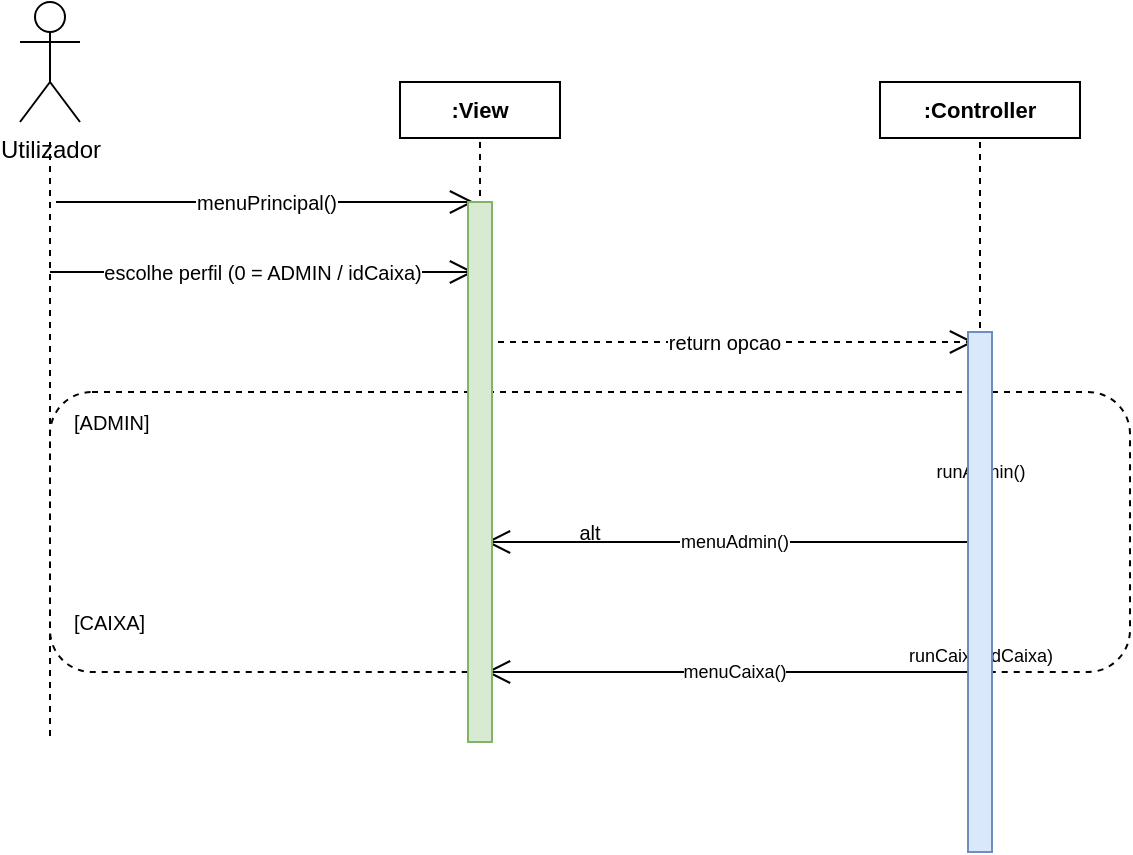
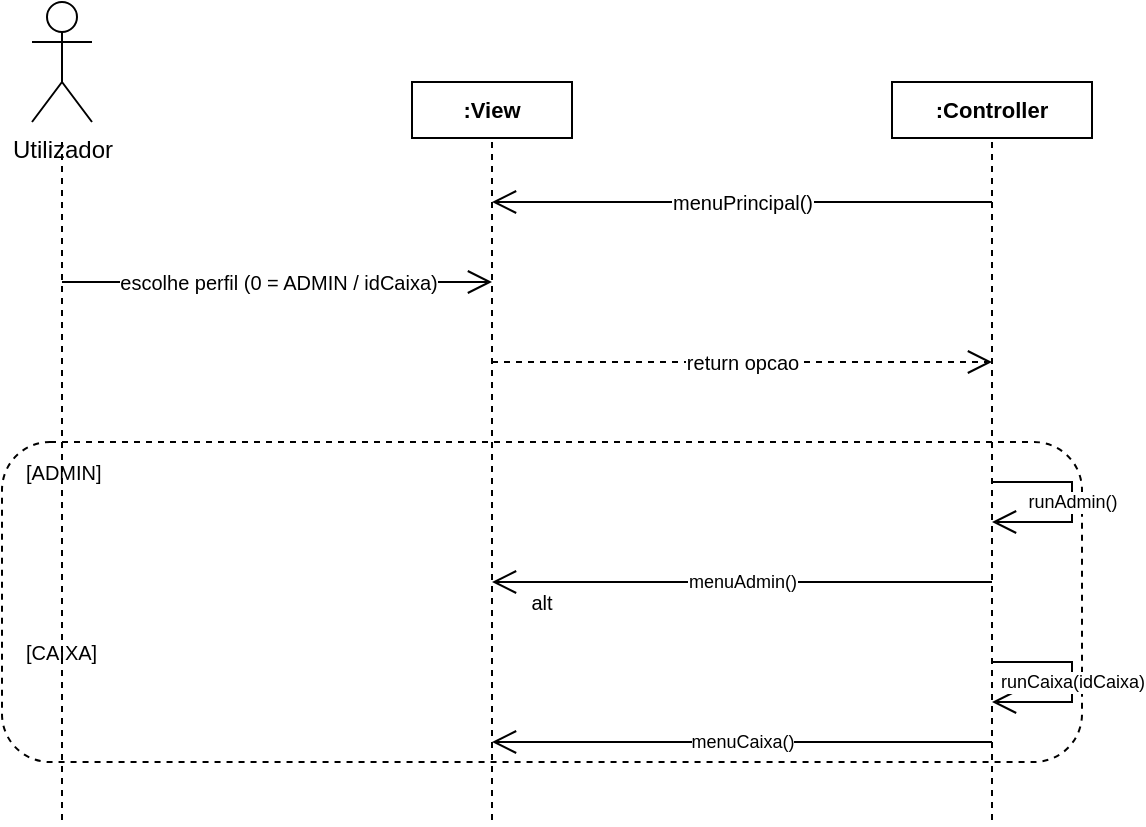
<mxfile host="app.diagrams.net">
  <diagram name="UC14-SelecionarPerfil" id="uc14_seq">
    <mxGraphModel dx="1000" dy="600" grid="1" gridSize="10" guides="1" tooltips="1" connect="1" arrows="1" fold="1" page="1" pageScale="1" pageWidth="750" pageHeight="450" math="0" shadow="0">
      <root>
        <mxCell id="0" />
        <mxCell id="1" parent="0" />

        <mxCell id="actor" parent="1" style="shape=umlActor;verticalLabelPosition=bottom;verticalAlign=top;html=1;outlineConnect=0;" value="Utilizador" vertex="1">
          <mxGeometry height="60" width="30" x="30" y="20" as="geometry" />
        </mxCell>
        <mxCell id="life_actor" parent="1" style="endArrow=none;html=1;dashed=1;strokeWidth=1;" edge="1">
-           <mxGeometry height="300" width="2" relative="1" as="geometry">
+           <mxGeometry height="340" width="2" relative="1" as="geometry">
            <mxPoint x="45" y="90" as="sourcePoint" />
-             <mxPoint x="45" y="390" as="targetPoint" />
+             <mxPoint x="45" y="430" as="targetPoint" />
          </mxGeometry>
        </mxCell>

        <mxCell id="v_header" parent="1" style="rounded=0;whiteSpace=wrap;html=1;fontStyle=1;fontSize=11;" value=":View" vertex="1">
          <mxGeometry height="28" width="80" x="220" y="60" as="geometry" />
        </mxCell>
        <mxCell id="life_v" parent="1" style="endArrow=none;html=1;dashed=1;strokeWidth=1;" edge="1">
-           <mxGeometry height="300" width="2" relative="1" as="geometry">
+           <mxGeometry height="340" width="2" relative="1" as="geometry">
            <mxPoint x="260" y="90" as="sourcePoint" />
-             <mxPoint x="260" y="390" as="targetPoint" />
+             <mxPoint x="260" y="430" as="targetPoint" />
          </mxGeometry>
        </mxCell>

        <mxCell id="ctrl_header" parent="1" style="rounded=0;whiteSpace=wrap;html=1;fontStyle=1;fontSize=11;" value=":Controller" vertex="1">
          <mxGeometry height="28" width="100" x="460" y="60" as="geometry" />
        </mxCell>
        <mxCell id="life_ctrl" parent="1" style="endArrow=none;html=1;dashed=1;strokeWidth=1;" edge="1">
-           <mxGeometry height="300" width="2" relative="1" as="geometry">
+           <mxGeometry height="340" width="2" relative="1" as="geometry">
            <mxPoint x="510" y="90" as="sourcePoint" />
-             <mxPoint x="510" y="390" as="targetPoint" />
+             <mxPoint x="510" y="430" as="targetPoint" />
          </mxGeometry>
        </mxCell>

-         <mxCell id="msg1" parent="1" style="endArrow=open;html=1;fontSize=10;endSize=10;" value="menuPrincipal()" edge="1">
+         <!-- Controller -> View -->
+         <mxCell id="msg_cv1" parent="1" style="endArrow=open;html=1;fontSize=10;endSize=10;" value="menuPrincipal()" edge="1">
          <mxGeometry height="2" relative="1" as="geometry">
-             <mxPoint x="48" y="120" as="sourcePoint" />
-             <mxPoint x="257" y="120" as="targetPoint" />
+             <mxPoint x="510" y="120" as="sourcePoint" />
+             <mxPoint x="260" y="120" as="targetPoint" />
          </mxGeometry>
        </mxCell>

-         <mxCell id="msg2" parent="1" style="endArrow=open;html=1;fontSize=10;endSize=10;" value="escolhe perfil (0 = ADMIN / idCaixa)" edge="1">
+         <!-- Actor -> View -->
+         <mxCell id="msg_actor1" parent="1" style="endArrow=open;html=1;fontSize=10;endSize=10;" value="escolhe perfil (0 = ADMIN / idCaixa)" edge="1">
          <mxGeometry height="2" relative="1" as="geometry">
-             <mxPoint x="45" y="155" as="sourcePoint" />
-             <mxPoint x="257" y="155" as="targetPoint" />
+             <mxPoint x="45" y="160" as="sourcePoint" />
+             <mxPoint x="260" y="160" as="targetPoint" />
          </mxGeometry>
        </mxCell>

-         <mxCell id="msg3" parent="1" style="endArrow=open;html=1;fontSize=10;dashed=1;endSize=10;" value="return opcao" edge="1">
+         <!-- View -> Controller -->
+         <mxCell id="msg_vc1" parent="1" style="endArrow=open;html=1;fontSize=10;dashed=1;endSize=10;" value="return opcao" edge="1">
          <mxGeometry height="2" relative="1" as="geometry">
-             <mxPoint x="257" y="190" as="sourcePoint" />
-             <mxPoint x="507" y="190" as="targetPoint" />
+             <mxPoint x="260" y="200" as="sourcePoint" />
+             <mxPoint x="510" y="200" as="targetPoint" />
          </mxGeometry>
        </mxCell>

        <mxCell id="alt_box" parent="1" style="rounded=1;whiteSpace=wrap;html=1;fillColor=none;dashed=1;strokeWidth=1;fontSize=10;" value="alt" vertex="1">
-           <mxGeometry height="140" width="540" x="45" y="215" as="geometry" />
+           <mxGeometry height="160" width="540" x="15" y="240" as="geometry" />
        </mxCell>

        <mxCell id="alt1_label" parent="1" style="text;html=1;fontSize=10;align=left;" value="[ADMIN]" vertex="1">
-           <mxGeometry height="18" width="50" x="55" y="218" as="geometry" />
+           <mxGeometry height="18" width="50" x="25" y="243" as="geometry" />
        </mxCell>
-         <mxCell id="msg4a" parent="1" style="endArrow=open;html=1;fontSize=9;endSize=10;" value="runAdmin()" edge="1">
-           <mxGeometry height="2" relative="1" as="geometry">
-             <mxPoint x="510" y="245" as="sourcePoint" />
-             <mxPoint x="510" y="265" as="targetPoint" />
+ 
+         <!-- Controller -> self -->
+         <mxCell id="self4a" parent="1" style="endArrow=open;html=1;fontSize=9;endSize=10;edgeStyle=orthogonalEdgeStyle;rounded=0;" value="runAdmin()" edge="1">
+           <mxGeometry height="20" width="20" relative="1" as="geometry">
+             <mxPoint x="510" y="260" as="sourcePoint" />
+             <mxPoint x="510" y="280" as="targetPoint" />
+             <Array as="points">
+               <mxPoint x="550" y="260" />
+               <mxPoint x="550" y="280" />
+             </Array>
          </mxGeometry>
        </mxCell>
-         <mxCell id="self4a" parent="1" style="html=1;shape=mxgraph.arrows2.arrow;dy=0.6;dx=30;notch=0;fontSize=10;" value="" edge="1">
-           <mxGeometry height="20" width="20" relative="1" as="geometry">
-             <mxPoint x="510" y="265" as="sourcePoint" />
-             <mxPoint x="540" y="265" as="targetPoint" />
-           </mxGeometry>
-         </mxCell>
+ 
+         <!-- Controller -> View -->
        <mxCell id="msg5a" parent="1" style="endArrow=open;html=1;fontSize=9;endSize=10;" value="menuAdmin()" edge="1">
          <mxGeometry height="2" relative="1" as="geometry">
-             <mxPoint x="510" y="290" as="sourcePoint" />
-             <mxPoint x="263" y="290" as="targetPoint" />
+             <mxPoint x="510" y="310" as="sourcePoint" />
+             <mxPoint x="260" y="310" as="targetPoint" />
          </mxGeometry>
        </mxCell>

        <mxCell id="alt2_label" parent="1" style="text;html=1;fontSize=10;align=left;" value="[CAIXA]" vertex="1">
-           <mxGeometry height="18" width="50" x="55" y="318" as="geometry" />
+           <mxGeometry height="18" width="50" x="25" y="333" as="geometry" />
        </mxCell>
-         <mxCell id="msg4b" parent="1" style="endArrow=open;html=1;fontSize=9;endSize=10;" value="runCaixa(idCaixa)" edge="1">
-           <mxGeometry height="2" relative="1" as="geometry">
-             <mxPoint x="510" y="338" as="sourcePoint" />
-             <mxPoint x="510" y="355" as="targetPoint" />
-           </mxGeometry>
-         </mxCell>
-         <mxCell id="self4b" parent="1" style="html=1;shape=mxgraph.arrows2.arrow;dy=0.6;dx=30;notch=0;fontSize=10;" value="" edge="1">
+ 
+         <mxCell id="self4b" parent="1" style="endArrow=open;html=1;fontSize=9;endSize=10;edgeStyle=orthogonalEdgeStyle;rounded=0;" value="runCaixa(idCaixa)" edge="1">
          <mxGeometry height="20" width="20" relative="1" as="geometry">
-             <mxPoint x="510" y="255" as="sourcePoint" />
-             <mxPoint x="540" y="255" as="targetPoint" />
-           </mxGeometry>
-         </mxCell>
-         <mxCell id="msg5b" parent="1" style="endArrow=open;html=1;fontSize=9;endSize=10;" value="menuCaixa()" edge="1">
-           <mxGeometry height="2" relative="1" as="geometry">
-             <mxPoint x="510" y="355" as="sourcePoint" />
-             <mxPoint x="263" y="355" as="targetPoint" />
+             <mxPoint x="510" y="350" as="sourcePoint" />
+             <mxPoint x="510" y="370" as="targetPoint" />
+             <Array as="points">
+               <mxPoint x="550" y="350" />
+               <mxPoint x="550" y="370" />
+             </Array>
          </mxGeometry>
        </mxCell>

-         <mxCell id="act_v" parent="1" style="rounded=0;whiteSpace=wrap;html=1;fillColor=#D9EAD3;strokeColor=#82B366;" value="" vertex="1">
-           <mxGeometry height="270" width="12" x="254" y="120" as="geometry" />
+         <mxCell id="msg5b" parent="1" style="endArrow=open;html=1;fontSize=9;endSize=10;" value="menuCaixa()" edge="1">
+           <mxGeometry height="2" relative="1" as="geometry">
+             <mxPoint x="510" y="390" as="sourcePoint" />
+             <mxPoint x="260" y="390" as="targetPoint" />
+           </mxGeometry>
        </mxCell>
-         <mxCell id="act_ctrl" parent="1" style="rounded=0;whiteSpace=wrap;html=1;fillColor=#DAE8FC;strokeColor=#6C8EBF;" value="" vertex="1">
-           <mxGeometry height="260" width="12" x="504" y="185" as="geometry" />
-         </mxCell>
+ 
      </root>
    </mxGraphModel>
  </diagram>
</mxfile>
